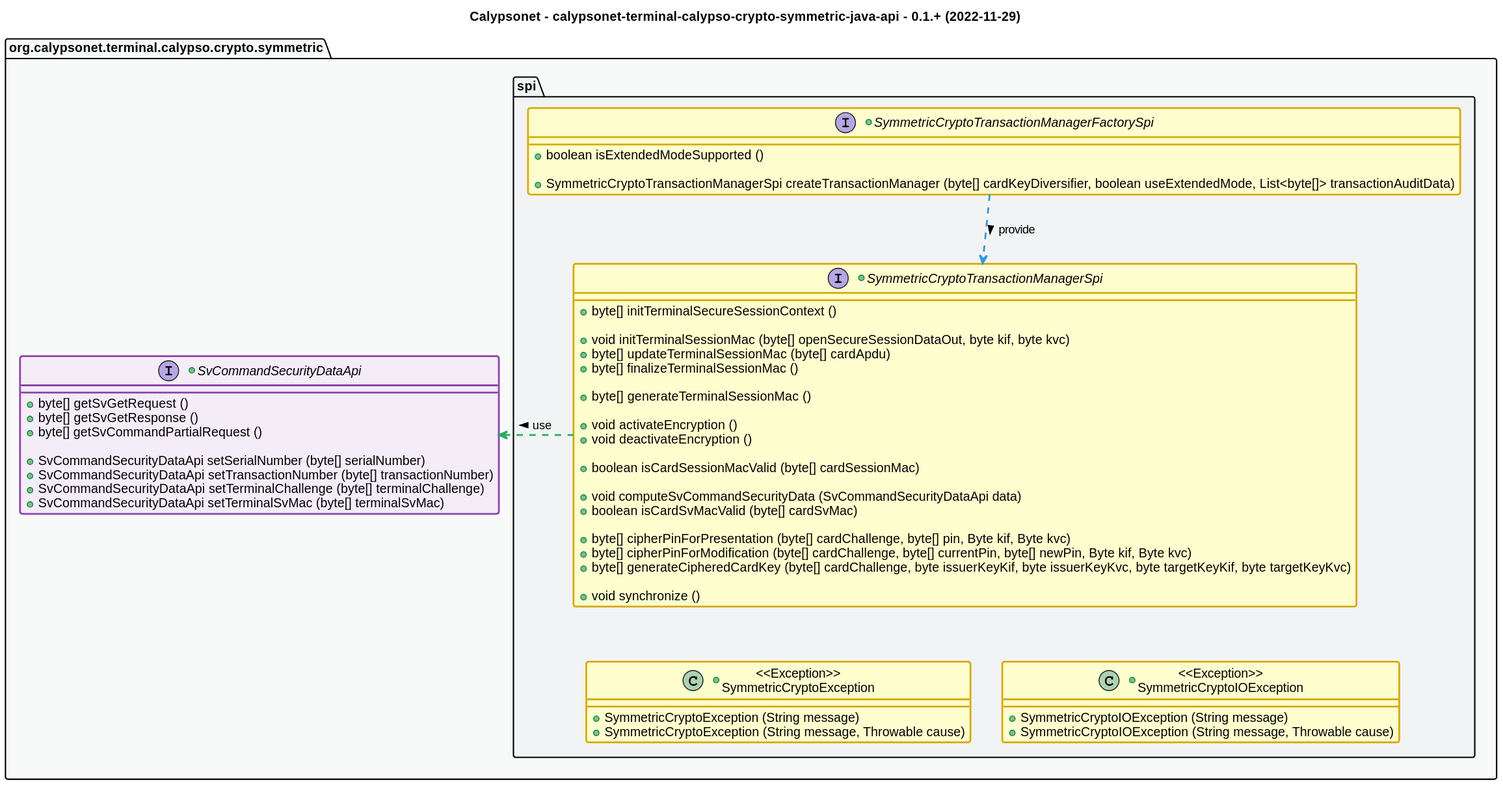
calypsonet/calypsonet-terminal-calypso-crypto-symmetric-uml-api keeps this PlantUML diagram as 0.1.0-SNAPSHOT/api_class_diagram.svg. Above is the earlier version.
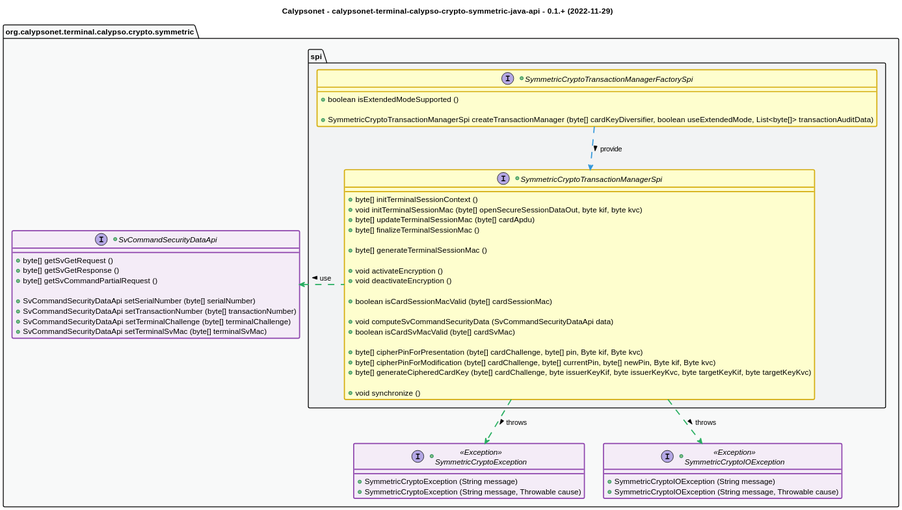
Later version of the same file.

What changed in the source:
```diff
@@ -48,8 +48,7 @@
             +SymmetricCryptoTransactionManagerSpi createTransactionManager (byte[] cardKeyDiversifier, boolean useExtendedMode, List<byte[]> transactionAuditData)
         }
         +interface SymmetricCryptoTransactionManagerSpi {
-            +byte[] initTerminalSecureSessionContext ()
-
+            +byte[] initTerminalSessionContext ()
             +void initTerminalSessionMac (byte[] openSecureSessionDataOut, byte kif, byte kvc)
             +byte[] updateTerminalSessionMac (byte[] cardApdu)
             +byte[] finalizeTerminalSessionMac ()
@@ -70,14 +69,14 @@
 
             +void synchronize ()
         }
-        +class "<<Exception>>\nSymmetricCryptoException" as SymmetricCryptoException {
-            +SymmetricCryptoException (String message)
-            +SymmetricCryptoException (String message, Throwable cause)
-        }
-        +class "<<Exception>>\nSymmetricCryptoIOException" as SymmetricCryptoIOException {
-            +SymmetricCryptoIOException (String message)
-            +SymmetricCryptoIOException (String message, Throwable cause)
-        }
+    }
+    +class "<<Exception>>\nSymmetricCryptoException" as SymmetricCryptoException {
+        +SymmetricCryptoException (String message)
+        +SymmetricCryptoException (String message, Throwable cause)
+    }
+    +class "<<Exception>>\nSymmetricCryptoIOException" as SymmetricCryptoIOException {
+        +SymmetricCryptoIOException (String message)
+        +SymmetricCryptoIOException (String message, Throwable cause)
     }
     +interface SvCommandSecurityDataApi {
         +byte[] getSvGetRequest ()
@@ -97,14 +96,16 @@
 
 SymmetricCryptoTransactionManagerSpi .left.> SvCommandSecurityDataApi #C_USE : use >
 
+SymmetricCryptoTransactionManagerSpi ..> SymmetricCryptoException #C_USE : throws >
+SymmetricCryptoTransactionManagerSpi ..> SymmetricCryptoIOException #C_USE : throws >
 
-SymmetricCryptoTransactionManagerSpi -[hidden]- SymmetricCryptoException
-SymmetricCryptoTransactionManagerSpi -[hidden]- SymmetricCryptoIOException
 
 
 package api #C_GREY1 {}
 package spi #C_GREY2 {}
 
 interface SvCommandSecurityDataApi <<purple>>
+interface SymmetricCryptoException <<purple>>
+interface SymmetricCryptoIOException <<purple>>
 
 @enduml
```
